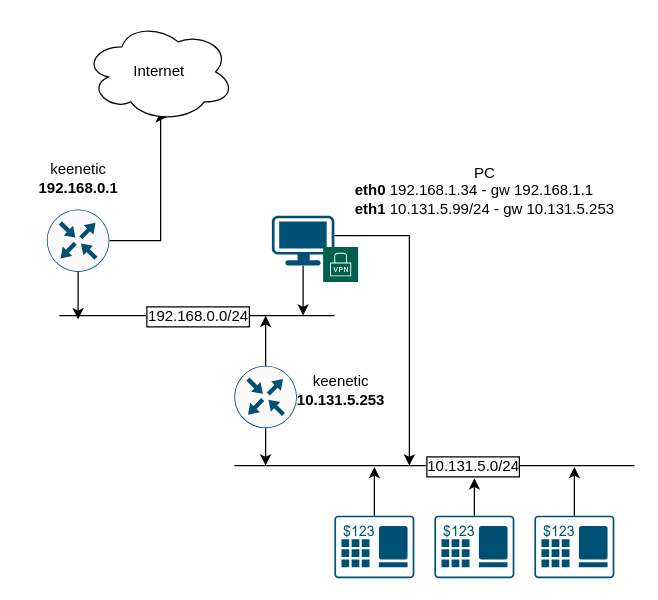
Above: Диаграмма без названия.drawio in yaplatonov/first_git (draw.io), before the change. Source tidied: cells renumbered, new cells numbered last; positions are measured from the earlier drawing's top-left corner, leaving out a move shared by most shapes. Both pictures are drawn from the tidied source at 125%, with x=0, y=0 at pixel (21, 21).
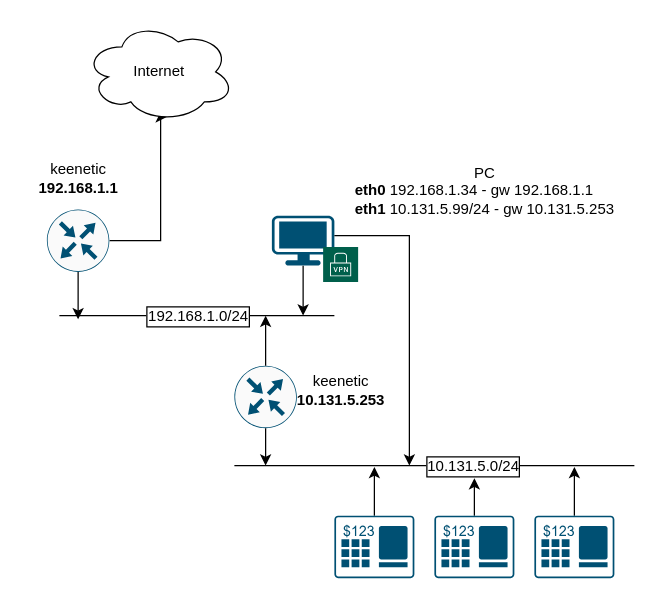
The same diagram, later.

The change refers to these unchanged cells:
```xml
<mxCell id="13" style="endArrow=none;html=1;rounded=0;" parent="1" edge="1">
  <mxGeometry relative="1" as="geometry">
    <mxPoint x="250" y="235" as="sourcePoint" />
    <mxPoint x="30" y="235" as="targetPoint" />
  </mxGeometry>
</mxCell>
```

Diff of the diagram source:
```diff
@@
-    <mxCell id="14" value="192.168.0.0/24" style="edgeLabel;html=1;align=center;verticalAlign=middle;fontSize=12;labelBorderColor=default;" parent="13" vertex="1">
+    <mxCell id="14" value="192.168.1.0/24" style="edgeLabel;html=1;align=center;verticalAlign=middle;fontSize=12;labelBorderColor=default;" parent="13" vertex="1">
       <mxGeometry x="-0.26" relative="1" as="geometry">
         <mxPoint x="-29" as="offset" />
       </mxGeometry>
     </mxCell>
@@
-    <mxCell id="22" value="keenetic&lt;br&gt;&lt;b&gt;192.168.0.1&lt;/b&gt;" style="text;html=1;align=center;verticalAlign=middle;strokeColor=none;fillColor=none;" parent="1" vertex="1">
+    <mxCell id="22" value="keenetic&lt;br&gt;&lt;b&gt;192.168.1.1&lt;/b&gt;" style="text;html=1;align=center;verticalAlign=middle;strokeColor=none;fillColor=none;" parent="1" vertex="1">
       <mxGeometry y="105" width="90" height="40" as="geometry" />
     </mxCell>
```
